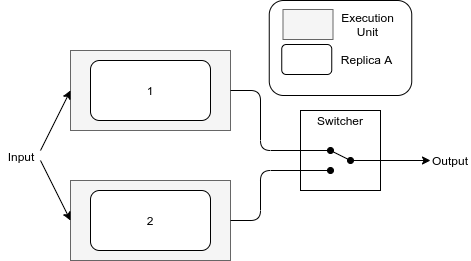
This is images/ActiveSelectionRedundancy.png from Boffmann/masterThesis, a draw.io export, as it was before one commit. Source tidied: cells renumbered, new cells last; positions are measured from the earlier drawing's top-left corner, leaving out a move shared by most shapes.
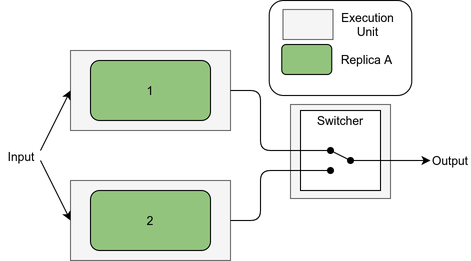
The same diagram one commit later.

Change to the diagram source:
```diff
@@ -3,83 +3,86 @@
     <mxCell id="0" />
     <mxCell id="1" parent="0" />
     <mxCell id="2" style="rounded=0;whiteSpace=wrap;html=1;fillColor=#f5f5f5;strokeColor=#666666;fontColor=#333333;" parent="1" vertex="1">
-      <mxGeometry x="70" y="50" width="160" height="80" as="geometry" />
+      <mxGeometry x="240" y="164" width="100" height="94" as="geometry" />
     </mxCell>
-    <mxCell id="3" value="1" style="rounded=1;whiteSpace=wrap;html=1;" parent="1" vertex="1">
-      <mxGeometry x="90" y="60" width="120" height="60" as="geometry" />
+    <mxCell id="3" style="rounded=0;whiteSpace=wrap;html=1;fillColor=#f5f5f5;strokeColor=#666666;fontColor=#333333;" parent="1" vertex="1">
+      <mxGeometry x="20" y="110" width="160" height="80" as="geometry" />
     </mxCell>
-    <mxCell id="4" style="rounded=0;whiteSpace=wrap;html=1;fillColor=#f5f5f5;strokeColor=#666666;fontColor=#333333;" parent="1" vertex="1">
-      <mxGeometry x="70" y="180" width="160" height="80" as="geometry" />
+    <mxCell id="4" value="1" style="rounded=1;whiteSpace=wrap;html=1;fillColor=#93C47D;" parent="1" vertex="1">
+      <mxGeometry x="40" y="120" width="120" height="60" as="geometry" />
     </mxCell>
-    <mxCell id="5" value="2" style="rounded=1;whiteSpace=wrap;html=1;" parent="1" vertex="1">
-      <mxGeometry x="90" y="190" width="120" height="60" as="geometry" />
+    <mxCell id="5" style="rounded=0;whiteSpace=wrap;html=1;fillColor=#f5f5f5;strokeColor=#666666;fontColor=#333333;" parent="1" vertex="1">
+      <mxGeometry x="20" y="240" width="160" height="80" as="geometry" />
     </mxCell>
-    <mxCell id="6" style="whiteSpace=wrap;html=1;" parent="1" vertex="1">
-      <mxGeometry x="300" y="110" width="80" height="80" as="geometry" />
+    <mxCell id="6" value="2" style="rounded=1;whiteSpace=wrap;html=1;fillColor=#93C47D;" parent="1" vertex="1">
+      <mxGeometry x="40" y="250" width="120" height="60" as="geometry" />
     </mxCell>
-    <mxCell id="7" value="Switcher" style="text;html=1;strokeColor=none;fillColor=none;align=center;verticalAlign=middle;whiteSpace=wrap;rounded=0;" parent="1" vertex="1">
-      <mxGeometry x="320" y="110" width="40" height="20" as="geometry" />
+    <mxCell id="7" style="whiteSpace=wrap;html=1;" parent="1" vertex="1">
+      <mxGeometry x="250" y="170" width="80" height="80" as="geometry" />
     </mxCell>
-    <mxCell id="8" style="endArrow=oval;html=1;exitX=1;exitY=0.5;exitDx=0;exitDy=0;endFill=1;" parent="1" edge="1" source="2">
-      <mxGeometry relative="1" as="geometry">
-        <mxPoint x="330" y="150" as="targetPoint" />
-        <Array as="points">
-          <mxPoint x="260" y="90" />
-          <mxPoint x="260" y="150" />
-        </Array>
-      </mxGeometry>
+    <mxCell id="8" value="Switcher" style="text;html=1;strokeColor=none;fillColor=none;align=center;verticalAlign=middle;whiteSpace=wrap;rounded=0;" parent="1" vertex="1">
+      <mxGeometry x="270" y="170" width="40" height="20" as="geometry" />
     </mxCell>
-    <mxCell id="9" style="endArrow=oval;html=1;exitX=1;exitY=0.5;exitDx=0;exitDy=0;endFill=1;" parent="1" edge="1" source="4">
+    <mxCell id="9" style="endArrow=oval;html=1;exitX=1;exitY=0.5;exitDx=0;exitDy=0;endFill=1;" parent="1" edge="1" source="3">
       <mxGeometry relative="1" as="geometry">
-        <mxPoint x="330" y="170" as="targetPoint" />
+        <mxPoint x="280" y="210" as="targetPoint" />
         <Array as="points">
-          <mxPoint x="260" y="220" />
-          <mxPoint x="260" y="170" />
+          <mxPoint x="210" y="150" />
+          <mxPoint x="210" y="210" />
         </Array>
       </mxGeometry>
     </mxCell>
-    <mxCell id="10" style="endArrow=classic;html=1;startArrow=oval;startFill=1;" parent="1" edge="1">
+    <mxCell id="10" style="endArrow=oval;html=1;exitX=1;exitY=0.5;exitDx=0;exitDy=0;endFill=1;" parent="1" edge="1" source="5">
       <mxGeometry relative="1" as="geometry">
-        <mxPoint x="350" y="160" as="sourcePoint" />
-        <mxPoint x="430" y="160" as="targetPoint" />
+        <mxPoint x="280" y="230" as="targetPoint" />
+        <Array as="points">
+          <mxPoint x="210" y="280" />
+          <mxPoint x="210" y="230" />
+        </Array>
       </mxGeometry>
     </mxCell>
-    <mxCell id="11" style="endArrow=none;html=1;" parent="1" edge="1">
+    <mxCell id="11" style="endArrow=classic;html=1;startArrow=oval;startFill=1;" parent="1" edge="1">
       <mxGeometry relative="1" as="geometry">
-        <mxPoint x="330" y="150" as="sourcePoint" />
-        <mxPoint x="350" y="160" as="targetPoint" />
+        <mxPoint x="300" y="220" as="sourcePoint" />
+        <mxPoint x="380" y="220" as="targetPoint" />
       </mxGeometry>
     </mxCell>
-    <mxCell id="12" style="endArrow=classic;html=1;entryX=0;entryY=0.5;entryDx=0;entryDy=0;" parent="1" edge="1" target="4">
+    <mxCell id="12" style="endArrow=none;html=1;" parent="1" edge="1">
       <mxGeometry relative="1" as="geometry">
-        <mxPoint x="40" y="160" as="sourcePoint" />
+        <mxPoint x="280" y="210" as="sourcePoint" />
+        <mxPoint x="300" y="220" as="targetPoint" />
       </mxGeometry>
     </mxCell>
-    <mxCell id="13" style="endArrow=classic;html=1;entryX=0;entryY=0.5;entryDx=0;entryDy=0;" parent="1" edge="1" target="2">
+    <mxCell id="13" style="endArrow=classic;html=1;entryX=0;entryY=0.5;entryDx=0;entryDy=0;" parent="1" edge="1" target="5">
       <mxGeometry relative="1" as="geometry">
-        <mxPoint x="40" y="150" as="sourcePoint" />
+        <mxPoint x="-10" y="220" as="sourcePoint" />
       </mxGeometry>
     </mxCell>
-    <mxCell id="14" value="Input" style="text;html=1;strokeColor=none;fillColor=none;align=center;verticalAlign=middle;whiteSpace=wrap;rounded=0;" parent="1" vertex="1">
-      <mxGeometry x="0.5" y="146" width="40" height="20" as="geometry" />
+    <mxCell id="14" style="endArrow=classic;html=1;entryX=0;entryY=0.5;entryDx=0;entryDy=0;" parent="1" edge="1" target="3">
+      <mxGeometry relative="1" as="geometry">
+        <mxPoint x="-10" y="210" as="sourcePoint" />
+      </mxGeometry>
     </mxCell>
-    <mxCell id="15" value="Output" style="text;html=1;strokeColor=none;fillColor=none;align=center;verticalAlign=middle;whiteSpace=wrap;rounded=0;" parent="1" vertex="1">
-      <mxGeometry x="430" y="150" width="40" height="20" as="geometry" />
+    <mxCell id="15" value="Input" style="text;html=1;strokeColor=none;fillColor=none;align=center;verticalAlign=middle;whiteSpace=wrap;rounded=0;" parent="1" vertex="1">
+      <mxGeometry x="-49.5" y="206" width="40" height="20" as="geometry" />
     </mxCell>
-    <mxCell id="16" style="rounded=1;whiteSpace=wrap;html=1;" parent="1" vertex="1">
-      <mxGeometry x="268.8" width="142.5" height="95" as="geometry" />
+    <mxCell id="16" value="Output" style="text;html=1;strokeColor=none;fillColor=none;align=center;verticalAlign=middle;whiteSpace=wrap;rounded=0;" parent="1" vertex="1">
+      <mxGeometry x="380" y="210" width="40" height="20" as="geometry" />
     </mxCell>
-    <mxCell id="17" style="rounded=0;whiteSpace=wrap;html=1;fillColor=#f5f5f5;strokeColor=#666666;fontColor=#333333;" parent="1" vertex="1">
-      <mxGeometry x="282.5" y="9" width="50" height="30" as="geometry" />
+    <mxCell id="17" style="rounded=1;whiteSpace=wrap;html=1;" parent="1" vertex="1">
+      <mxGeometry x="218.8" y="60" width="142.5" height="95" as="geometry" />
     </mxCell>
-    <mxCell id="18" value="Execution&lt;br&gt;Unit" style="text;html=1;align=center;verticalAlign=middle;" parent="1" vertex="1">
-      <mxGeometry x="332.5" y="9" width="70" height="30" as="geometry" />
+    <mxCell id="18" style="rounded=0;whiteSpace=wrap;html=1;fillColor=#f5f5f5;strokeColor=#666666;fontColor=#333333;" parent="1" vertex="1">
+      <mxGeometry x="232.5" y="69" width="50" height="30" as="geometry" />
     </mxCell>
-    <mxCell id="19" style="rounded=1;whiteSpace=wrap;html=1;" parent="1" vertex="1">
-      <mxGeometry x="281.2" y="44" width="50" height="30" as="geometry" />
+    <mxCell id="19" value="Execution&lt;br&gt;Unit" style="text;html=1;align=center;verticalAlign=middle;" parent="1" vertex="1">
+      <mxGeometry x="282.5" y="69" width="70" height="30" as="geometry" />
     </mxCell>
-    <mxCell id="20" value="Replica A" style="text;html=1;align=center;verticalAlign=middle;" parent="1" vertex="1">
-      <mxGeometry x="331.2" y="49" width="70" height="20" as="geometry" />
+    <mxCell id="20" style="rounded=1;whiteSpace=wrap;html=1;fillColor=#93C47D;" parent="1" vertex="1">
+      <mxGeometry x="231.2" y="104" width="50" height="30" as="geometry" />
     </mxCell>
+    <mxCell id="21" value="Replica A" style="text;html=1;align=center;verticalAlign=middle;" parent="1" vertex="1">
+      <mxGeometry x="281.2" y="109" width="70" height="20" as="geometry" />
+    </mxCell>
   </root>
 </mxGraphModel>
```
